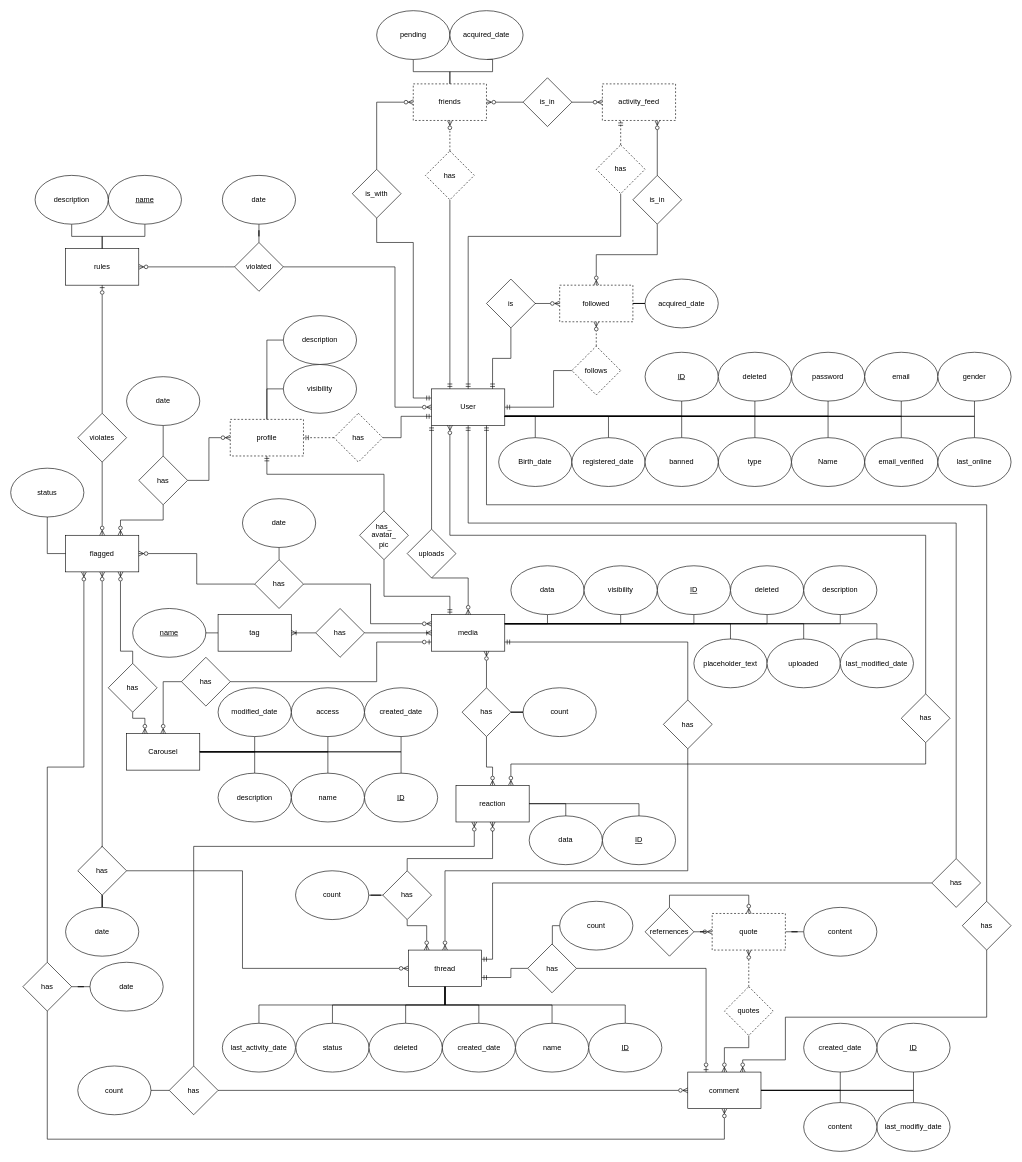
Before: docs/dev/db/appdiagramms/visual_posting_db_er.drawio in gombosg21/vizsgaremek, a draw.io diagram. Source tidied: cells renumbered, new cells numbered last; positions are measured from the earlier drawing's top-left corner, leaving out a move shared by most shapes. Both pictures are drawn from the tidied source at 61%, with x=0, y=0 at pixel (10, 10).
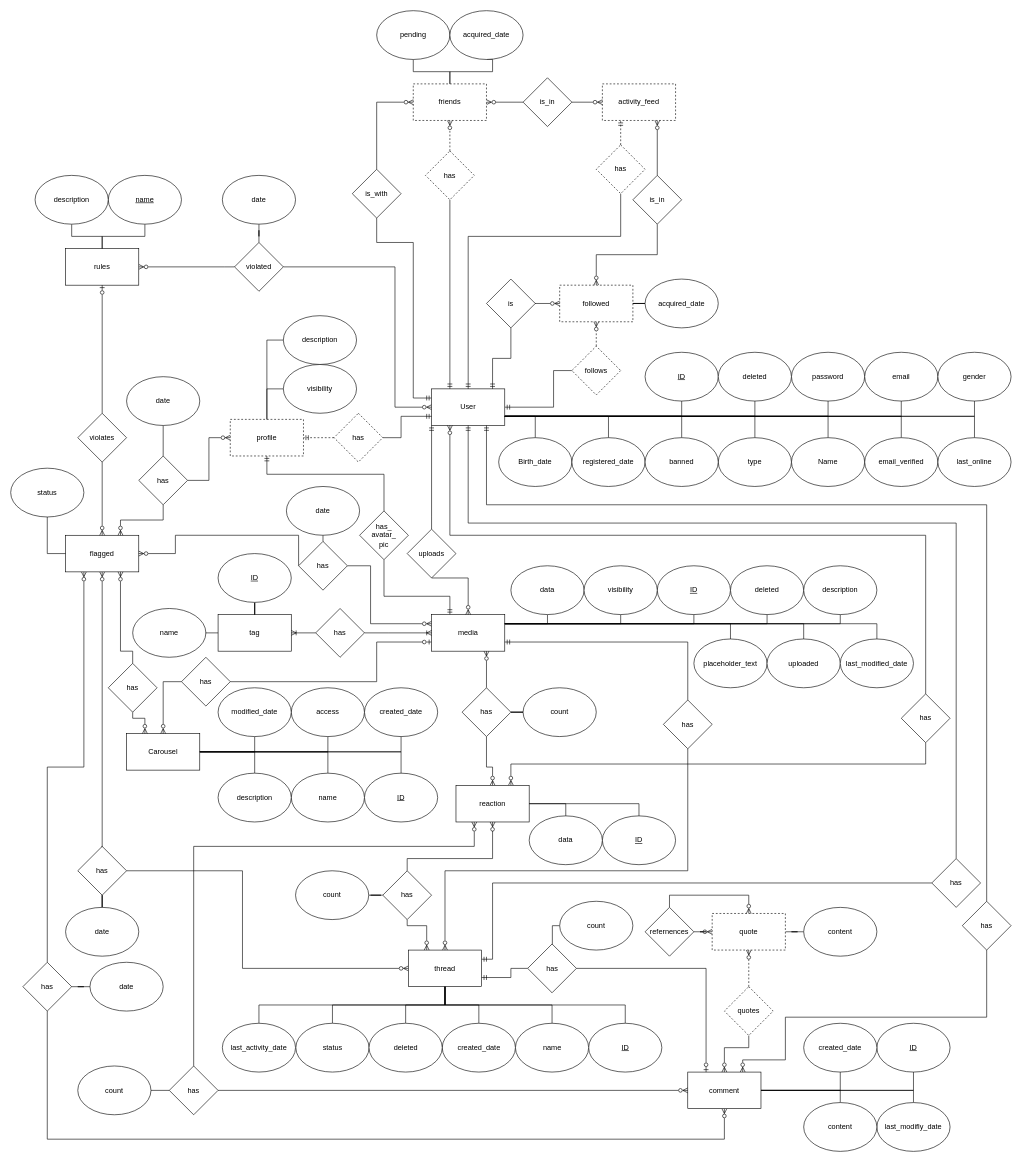
The same page after the edit.

The change refers to these unchanged cells:
```xml
<mxCell id="19" value="media" style="rounded=0;whiteSpace=wrap;html=1;" parent="1" vertex="1">
  <mxGeometry x="690" y="990" width="120" height="60" as="geometry" />
</mxCell>
<mxCell id="73" value="tag" style="rounded=0;whiteSpace=wrap;html=1;" parent="1" vertex="1">
  <mxGeometry x="340" y="990" width="120" height="60" as="geometry" />
</mxCell>
<mxCell id="165" value="flagged" style="rounded=0;whiteSpace=wrap;html=1;" parent="1" vertex="1">
  <mxGeometry x="90" y="860" width="120" height="60" as="geometry" />
</mxCell>
```

The edit, as a diff of the source:
```diff
@@
     <mxCell id="18" style="edgeStyle=orthogonalEdgeStyle;rounded=0;jettySize=auto;html=1;exitX=0;exitY=0.25;exitDx=0;exitDy=0;entryX=1;entryY=0.5;entryDx=0;entryDy=0;endArrow=none;endFill=0;startArrow=ERzeroToMany;startFill=0;" parent="1" edge="1" source="19" target="183">
       <mxGeometry relative="1" as="geometry">
         <Array as="points">
           <mxPoint x="590" y="1005" />
-          <mxPoint x="590" y="940" />
+          <mxPoint x="590" y="910" />
         </Array>
       </mxGeometry>
     </mxCell>
@@
-    <mxCell id="75" value="&lt;u&gt;name&lt;/u&gt;" style="ellipse;whiteSpace=wrap;html=1;" parent="1" vertex="1">
+    <mxCell id="75" value="name" style="ellipse;whiteSpace=wrap;html=1;" parent="1" vertex="1">
       <mxGeometry x="200" y="980" width="120" height="80" as="geometry" />
     </mxCell>
@@
     <mxCell id="182" style="edgeStyle=orthogonalEdgeStyle;rounded=0;jettySize=auto;html=1;exitX=0;exitY=0.5;exitDx=0;exitDy=0;entryX=1;entryY=0.5;entryDx=0;entryDy=0;endArrow=ERzeroToMany;endFill=0;startArrow=none;startFill=0;" parent="1" edge="1" source="183" target="165">
-      <mxGeometry relative="1" as="geometry" />
+      <mxGeometry relative="1" as="geometry">
+        <Array as="points">
+          <mxPoint x="472" y="860" />
+          <mxPoint x="270" y="860" />
+          <mxPoint x="270" y="890" />
+        </Array>
+      </mxGeometry>
     </mxCell>
     <mxCell id="183" value="has" style="rhombus;whiteSpace=wrap;html=1;" parent="1" vertex="1">
-      <mxGeometry x="400" y="900" width="80" height="80" as="geometry" />
+      <mxGeometry x="472" y="870" width="80" height="80" as="geometry" />
     </mxCell>
@@
     <mxCell id="185" value="date" style="ellipse;whiteSpace=wrap;html=1;" parent="1" vertex="1">
-      <mxGeometry x="380" y="800" width="120" height="80" as="geometry" />
+      <mxGeometry x="452" y="780" width="120" height="80" as="geometry" />
     </mxCell>
@@
+    <mxCell id="218" style="edgeStyle=orthogonalEdgeStyle;rounded=0;jettySize=auto;html=1;exitX=0.5;exitY=1;exitDx=0;exitDy=0;endArrow=none;endFill=0;" parent="1" edge="1" source="219" target="73">
+      <mxGeometry relative="1" as="geometry" />
+    </mxCell>
+    <mxCell id="219" value="&lt;u&gt;ID&lt;/u&gt;" style="ellipse;whiteSpace=wrap;html=1;" parent="1" vertex="1">
+      <mxGeometry x="340" y="890" width="120" height="80" as="geometry" />
+    </mxCell>
```
